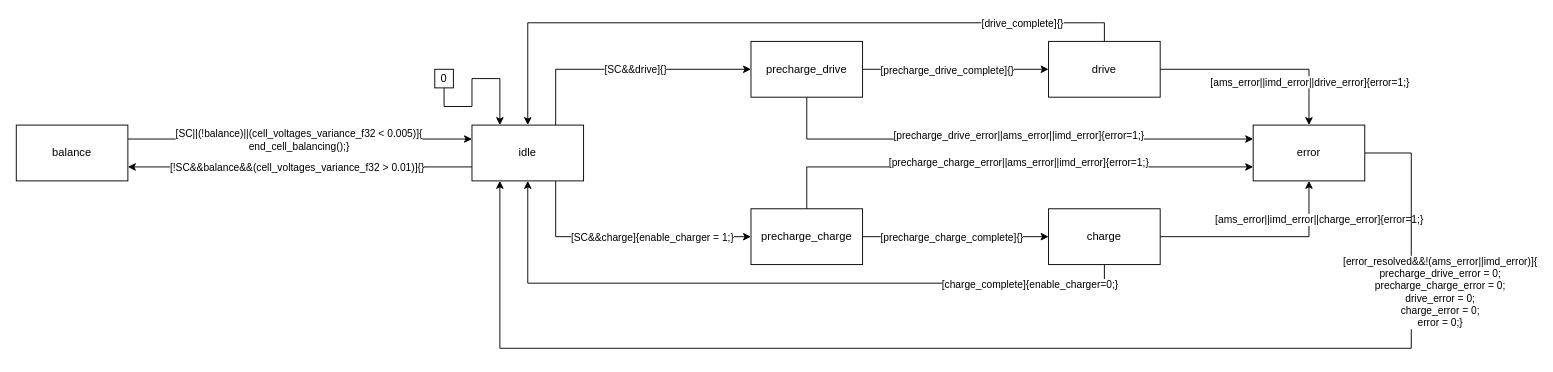
The draw.io diagram page "ams" (1 of 7) of xver/xsm/XML/graph.drawio in osceri/AMS-CC, before the edit. Source tidied: cells renumbered, new cells numbered last; positions are measured from the earlier drawing's top-left corner, leaving out a move shared by most shapes. Both pictures are drawn from the tidied source at 93%, with x=0, y=0 at pixel (16, 41).
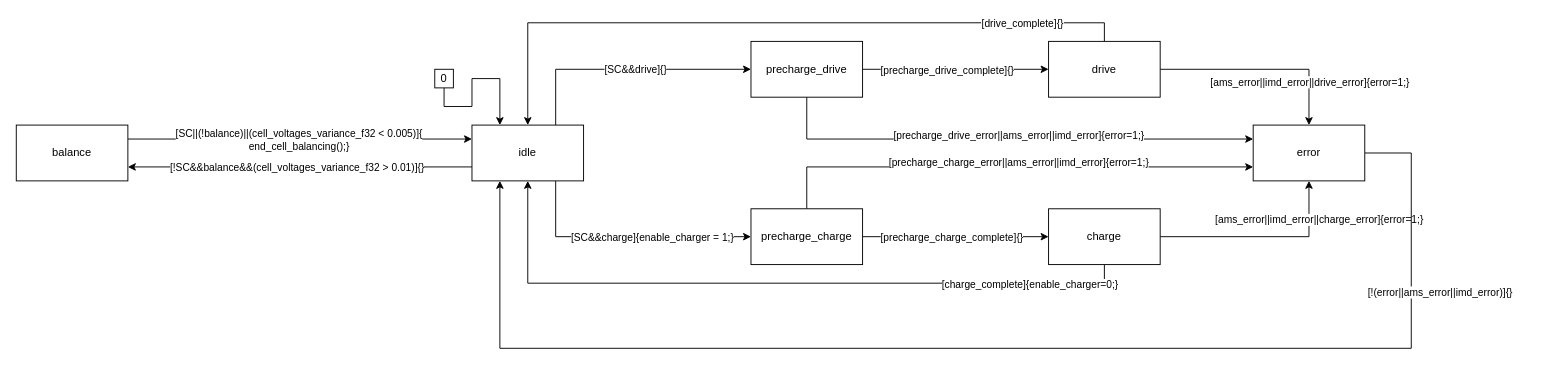
After the change.

The change refers to these unchanged cells:
```xml
<mxCell id="22" style="edgeStyle=orthogonalEdgeStyle;rounded=0;jettySize=auto;html=1;exitX=1;exitY=0.5;exitDx=0;exitDy=0;entryX=0.25;entryY=1;entryDx=0;entryDy=0;" parent="1" edge="1" source="24" target="31">
  <mxGeometry relative="1" as="geometry">
    <Array as="points">
      <mxPoint x="1500" y="120" />
      <mxPoint x="1500" y="330" />
      <mxPoint x="520" y="330" />
    </Array>
  </mxGeometry>
</mxCell>
```

Change to the diagram source:
```diff
@@
-    <mxCell id="23" value="&lt;div&gt;[error_resolved&amp;amp;&amp;amp;!(ams_error||imd_error)]{&lt;/div&gt;&lt;div&gt;precharge_drive_error = 0;&lt;/div&gt;&lt;div&gt;precharge_charge_error = 0;&lt;/div&gt;&lt;div&gt;drive_error = 0;&lt;/div&gt;&lt;div&gt;charge_error = 0;&lt;/div&gt;&lt;div&gt;error = 0;}&lt;/div&gt;" style="edgeLabel;html=1;align=center;verticalAlign=middle;" parent="22" vertex="1">
+    <mxCell id="23" value="&lt;div&gt;[!(error||ams_error||imd_error)]{}&lt;/div&gt;" style="edgeLabel;html=1;align=center;verticalAlign=middle;" parent="22" vertex="1">
       <mxGeometry x="-0.67" relative="1" as="geometry">
         <mxPoint x="30" y="-35" as="offset" />
       </mxGeometry>
     </mxCell>
```
